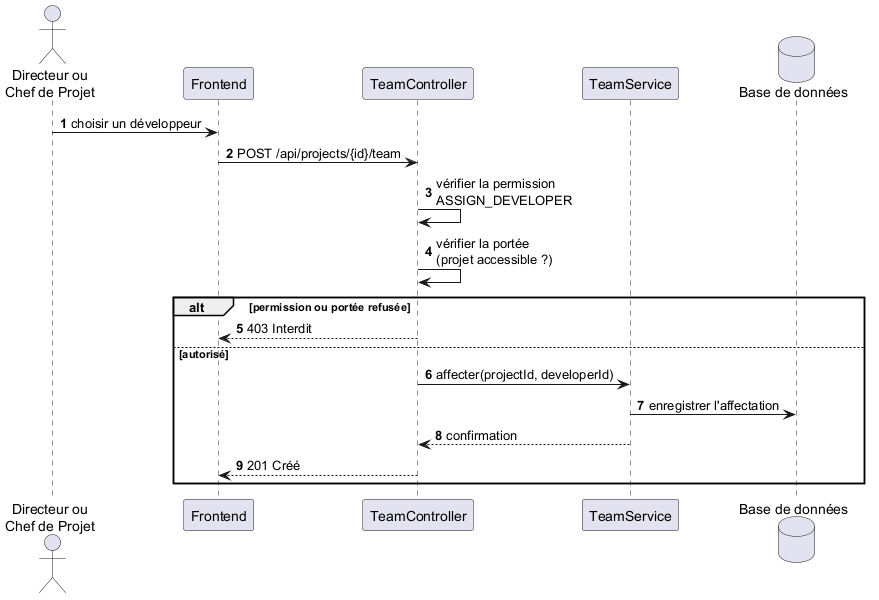
mazenrakrouki/tekup-pms-platform keeps this PlantUML diagram as docs/uml/seq_assign_developer.png. Above is the earlier version.
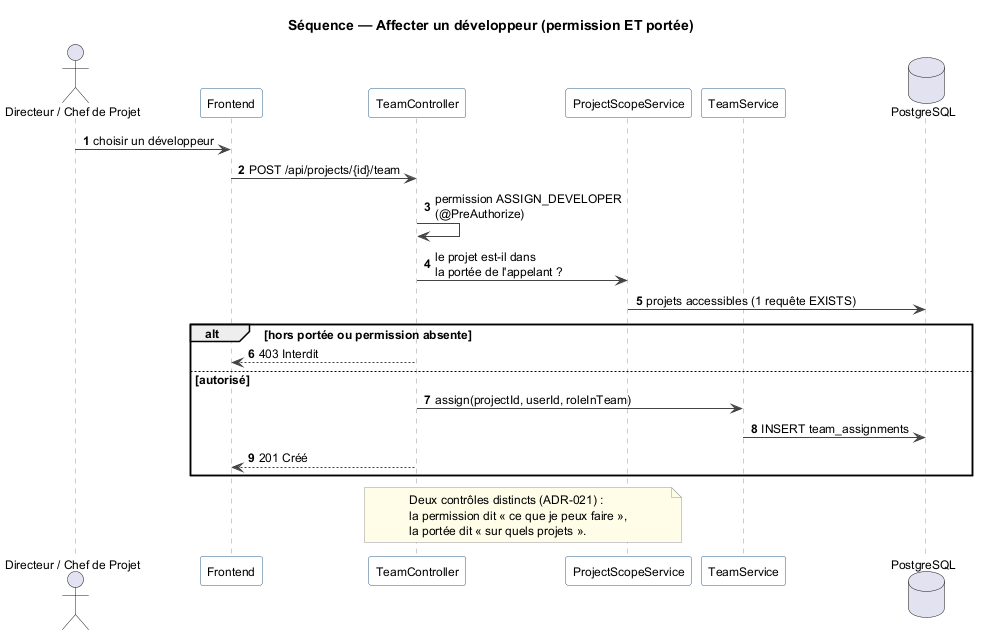
After the commit.

What changed in the source:
```diff
@@ -1,21 +1,42 @@
 @startuml seq_assign_developer
+title Séquence — Affecter un développeur (permission ET portée)
+
+skinparam shadowing false
+skinparam defaultFontName Helvetica
+skinparam defaultFontSize 12
+skinparam sequenceParticipantBackgroundColor #FFFFFF
+skinparam sequenceParticipantBorderColor #2C5F8A
+skinparam sequenceLifeLineBorderColor #999999
+skinparam ArrowColor #444444
+skinparam noteBorderColor #999999
+skinparam noteBackgroundColor #FFFDE7
 autonumber
-actor "Directeur ou\nChef de Projet" as U
+
+actor "Directeur / Chef de Projet" as U
 participant "Frontend" as SPA
 participant "TeamController" as TC
+participant "ProjectScopeService" as SCOPE
 participant "TeamService" as TS
-database "Base de données" as DB
+database "PostgreSQL" as DB
 
 U -> SPA : choisir un développeur
 SPA -> TC : POST /api/projects/{id}/team
-TC -> TC : vérifier la permission\nASSIGN_DEVELOPER
-TC -> TC : vérifier la portée\n(projet accessible ?)
-alt permission ou portée refusée
+TC -> TC : permission ASSIGN_DEVELOPER\n(@PreAuthorize)
+TC -> SCOPE : le projet est-il dans\nla portée de l'appelant ?
+SCOPE -> DB : projets accessibles (1 requête EXISTS)
+
+alt hors portée ou permission absente
   TC --> SPA : 403 Interdit
 else autorisé
-  TC -> TS : affecter(projectId, developerId)
-  TS -> DB : enregistrer l'affectation
-  TS --> TC : confirmation
+  TC -> TS : assign(projectId, userId, roleInTeam)
+  TS -> DB : INSERT team_assignments
   TC --> SPA : 201 Créé
 end
+
+note over TC, SCOPE
+  Deux contrôles distincts (ADR-021) :
+  la permission dit « ce que je peux faire »,
+  la portée dit « sur quels projets ».
+end note
+
 @enduml
```
